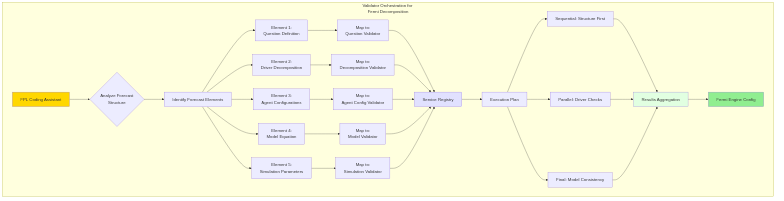
Replicant-Partners/fermi keeps this Mermaid diagram as rendered_output/charts/diagram-0.png. Above is the earlier version. Its source is kept beside it as rendered_output/charts/diagram-0.mmd.
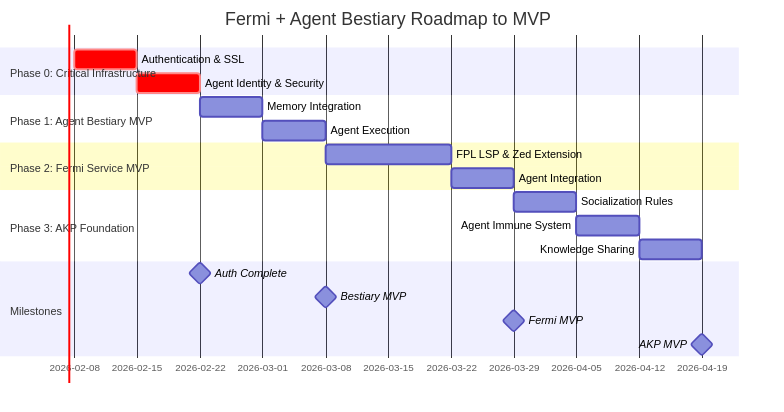
The same diagram one commit later.

Change to the diagram source:
```diff
@@ -20,43 +20,28 @@
       'fontSize': '14px'
     }
   }
-}%%graph TB
-    subgraph "Validator Orchestration for Fermi Decomposition"
-        A[FPL Coding Assistant] --> B{Analyze Forecast<br/>Structure}
+}%%gantt
+    title Fermi + Agent Bestiary Roadmap to MVP
+    dateFormat  YYYY-MM-DD
+    section Phase 0: Critical Infrastructure
+    Authentication & SSL           :crit, p0w1, 2026-02-08, 7d
+    Agent Identity & Security      :crit, p0w2, after p0w1, 7d
 
-        B --> C[Identify Forecast Elements]
+    section Phase 1: Agent Bestiary MVP
+    Memory Integration             :p1w3, after p0w2, 7d
+    Agent Execution                :p1w4, after p1w3, 7d
 
-        C --> D[Element 1:<br/>Question Definition]
-        C --> E[Element 2:<br/>Driver Decomposition]
-        C --> F[Element 3:<br/>Agent Configurations]
-        C --> G[Element 4:<br/>Model Equation]
-        C --> H[Element 5:<br/>Simulation Parameters]
+    section Phase 2: Fermi Service MVP
+    FPL LSP & Zed Extension        :p2w56, after p1w4, 14d
+    Agent Integration              :p2w7, after p2w56, 7d
 
-        D --> I[Map to:<br/>Question Validator]
-        E --> J[Map to:<br/>Decomposition Validator]
-        F --> K[Map to:<br/>Agent Config Validator]
-        G --> L[Map to:<br/>Model Validator]
-        H --> M[Map to:<br/>Simulation Validator]
+    section Phase 3: AKP Foundation
+    Socialization Rules            :p3w8, after p2w7, 7d
+    Agent Immune System            :p3w9, after p3w8, 7d
+    Knowledge Sharing              :p3w10, after p3w9, 7d
 
-        I --> N[Service Registry]
-        J --> N
-        K --> N
-        L --> N
-        M --> N
-
-        N --> O[Execution Plan]
-        O --> P[Sequential: Structure First]
-        O --> Q[Parallel: Driver Checks]
-        O --> R[Final: Model Consistency]
-
-        P --> S[Results Aggregation]
-        Q --> S
-        R --> S
-
-        S --> T[Fermi Engine Config]
-    end
-
-    style A fill:#ffd700
-    style N fill:#e1e1ff
-    style S fill:#e1ffe1
-    style T fill:#90ee90
+    section Milestones
+    Auth Complete                  :milestone, m1, after p0w2, 0d
+    Bestiary MVP                   :milestone, m2, after p1w4, 0d
+    Fermi MVP                      :milestone, m3, after p2w7, 0d
+    AKP MVP                        :milestone, m4, after p3w10, 0d
```
